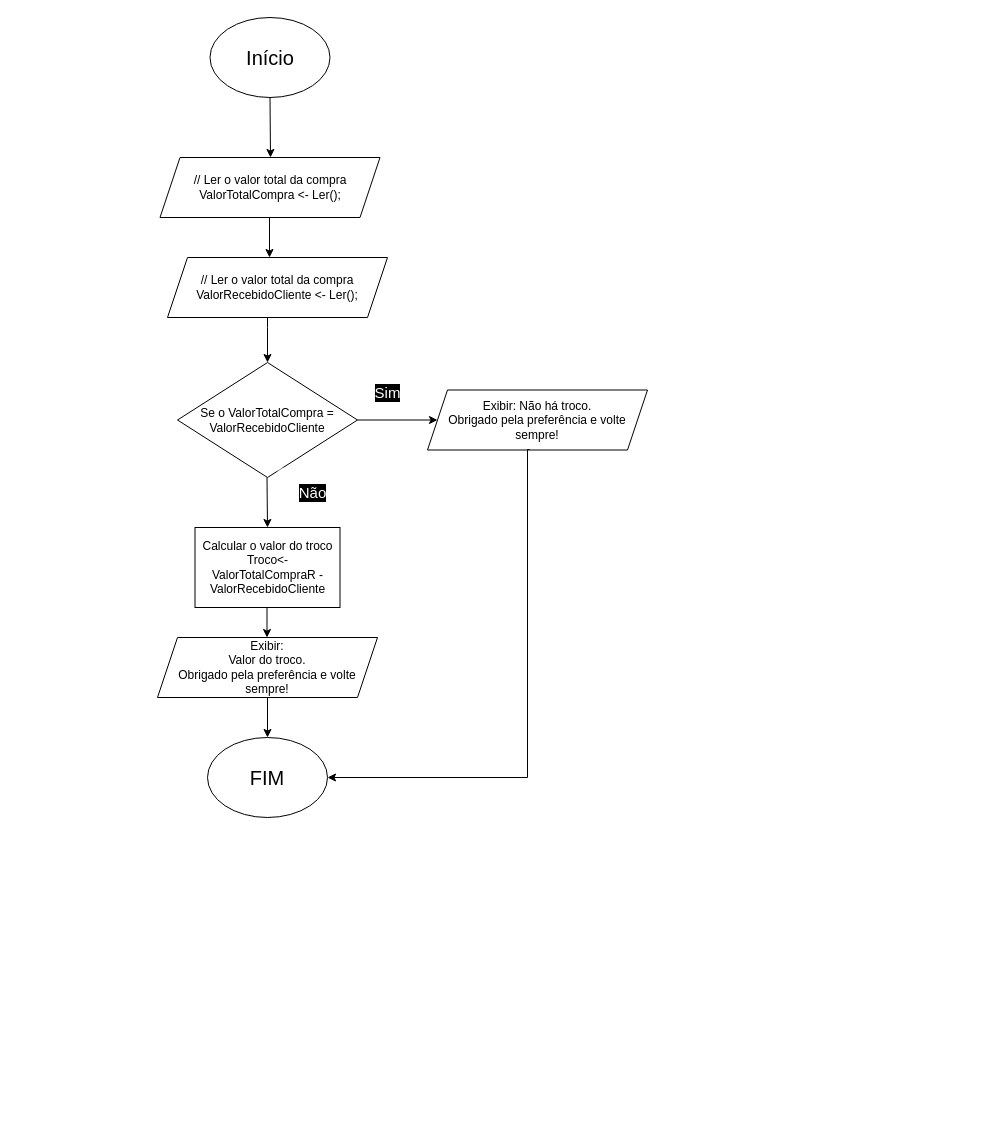
Above: Diagrama sem nome.drawio in Zambaldi21/Zambaldi21.github.io (draw.io), before the change. Source tidied: cells renumbered, new cells numbered last; positions are measured from the earlier drawing's top-left corner, leaving out a move shared by most shapes. Both pictures are drawn from the tidied source at 100%, with x=0, y=0 at pixel (157, 17).
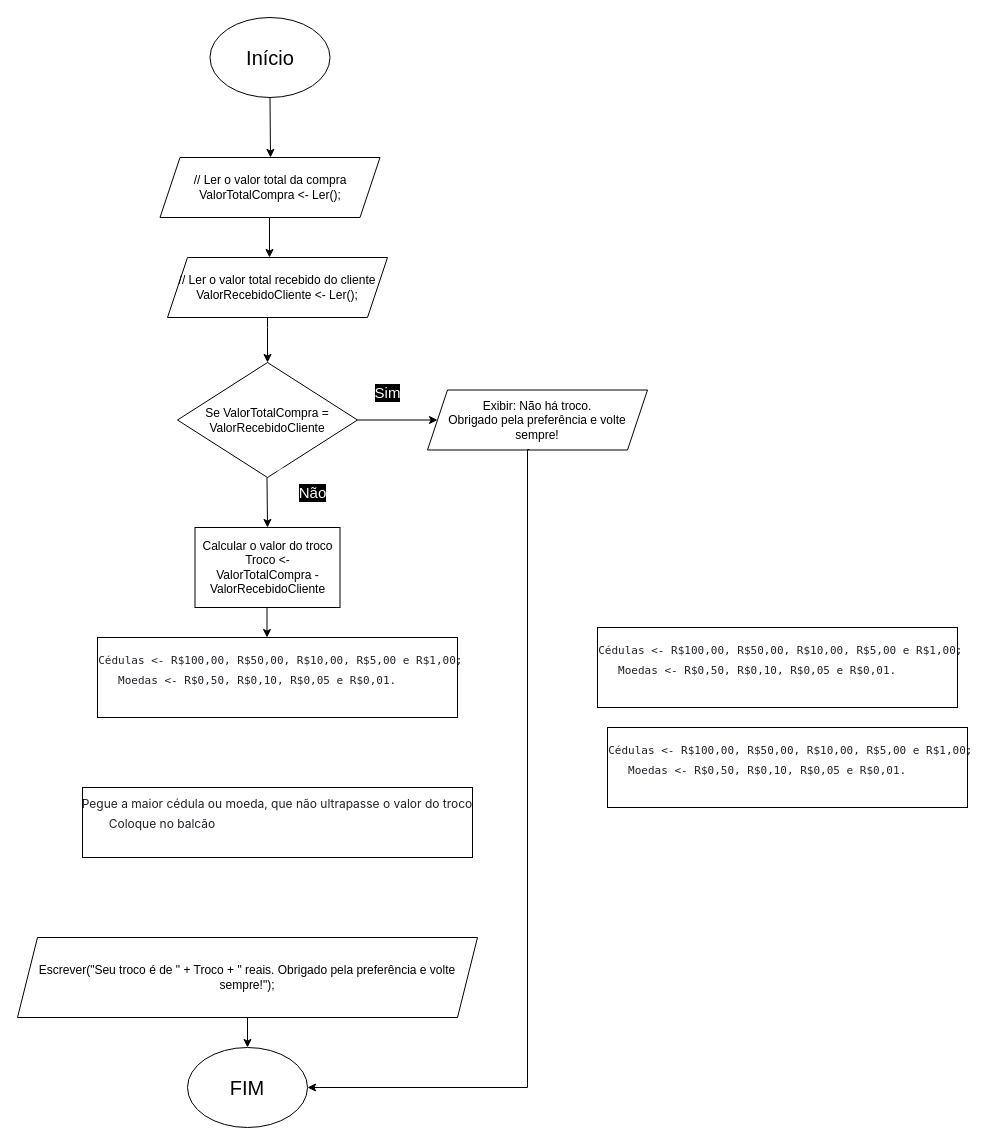
After the change.

Unchanged cells that the change refers to:
```xml
<mxCell id="14" value="Exibir: Não há troco.&lt;br style=&quot;border-color: var(--border-color);&quot;&gt;Obrigado pela preferência e volte sempre!" style="shape=parallelogram;perimeter=parallelogramPerimeter;whiteSpace=wrap;html=1;fixedSize=1;" parent="1" vertex="1">
  <mxGeometry x="270" y="372.5" width="220" height="60" as="geometry" />
</mxCell>
```

The edit, as a diff of the source:
```diff
@@
-    <mxCell id="4" value="Se o ValorTotalCompra = ValorRecebidoCliente" style="rhombus;whiteSpace=wrap;html=1;" parent="1" vertex="1">
+    <mxCell id="4" value="Se&amp;nbsp;ValorTotalCompra = ValorRecebidoCliente" style="rhombus;whiteSpace=wrap;html=1;" parent="1" vertex="1">
       <mxGeometry x="20" y="345" width="180" height="115" as="geometry" />
     </mxCell>
@@
-    <mxCell id="13" value="Calcular o valor do troco&lt;br&gt;Troco&amp;lt;- ValorTotalCompraR - ValorRecebidoCliente" style="rounded=0;whiteSpace=wrap;html=1;" parent="1" vertex="1">
+    <mxCell id="13" value="Calcular o valor do troco&lt;br&gt;Troco &amp;lt;- ValorTotalCompra - ValorRecebidoCliente" style="rounded=0;whiteSpace=wrap;html=1;" parent="1" vertex="1">
       <mxGeometry x="37.5" y="510" width="145" height="80" as="geometry" />
     </mxCell>
@@
-    <mxCell id="16" value="Exibir:&lt;br&gt;Valor do troco.&lt;br style=&quot;border-color: var(--border-color);&quot;&gt;Obrigado pela preferência e volte sempre!" style="shape=parallelogram;perimeter=parallelogramPerimeter;whiteSpace=wrap;html=1;fixedSize=1;" parent="1" vertex="1">
-      <mxGeometry y="620" width="220" height="60" as="geometry" />
+    <mxCell id="16" value="Escrever(&quot;Seu troco é de &quot; + Troco + &quot; reais. Obrigado pela preferência e volte sempre!&quot;);" style="shape=parallelogram;perimeter=parallelogramPerimeter;whiteSpace=wrap;html=1;fixedSize=1;" parent="1" vertex="1">
+      <mxGeometry x="-140" y="920" width="460" height="80" as="geometry" />
     </mxCell>
     <mxCell id="17" value="&lt;span style=&quot;font-size: 20px;&quot;&gt;FIM&lt;br&gt;&lt;/span&gt;" style="ellipse;whiteSpace=wrap;html=1;" parent="1" vertex="1">
-      <mxGeometry x="50" y="720" width="120" height="80" as="geometry" />
+      <mxGeometry x="30" y="1030" width="120" height="80" as="geometry" />
     </mxCell>
     <mxCell id="18" style="edgeStyle=orthogonalEdgeStyle;rounded=0;jettySize=auto;html=1;entryX=1;entryY=0.5;entryDx=0;entryDy=0;exitX=0.464;exitY=0.992;exitDx=0;exitDy=0;exitPerimeter=0;" parent="1" edge="1" source="14" target="17">
       <mxGeometry relative="1" as="geometry">
         <Array as="points">
           <mxPoint x="370" y="432" />
-          <mxPoint x="370" y="760" />
+          <mxPoint x="370" y="1070" />
         </Array>
       </mxGeometry>
     </mxCell>
@@
-    <mxCell id="20" value="// Ler o valor total da compra&lt;br&gt;ValorRecebidoCliente &amp;lt;- Ler();" style="shape=parallelogram;perimeter=parallelogramPerimeter;whiteSpace=wrap;html=1;fixedSize=1;" parent="1" vertex="1">
+    <mxCell id="20" value="// Ler o valor total recebido do cliente&lt;br&gt;ValorRecebidoCliente &amp;lt;- Ler();" style="shape=parallelogram;perimeter=parallelogramPerimeter;whiteSpace=wrap;html=1;fixedSize=1;" parent="1" vertex="1">
       <mxGeometry x="10" y="240" width="220" height="60" as="geometry" />
     </mxCell>
+    <mxCell id="21" value="&lt;pre style=&quot;box-sizing: border-box; font-family: ui-monospace, SFMono-Regular, &amp;quot;SF Mono&amp;quot;, Menlo, Consolas, &amp;quot;Liberation Mono&amp;quot;, monospace; font-size: 13.6px; margin-top: 0px; margin-bottom: 16px; overflow-wrap: normal; padding: 16px; overflow: auto; line-height: 1.45; color: rgb(31, 35, 40); background-color: var(--color-canvas-subtle); border-radius: 6px; text-align: start;&quot; class=&quot;notranslate&quot;&gt;&lt;code style=&quot;box-sizing: border-box; font-family: ui-monospace, SFMono-Regular, &amp;quot;SF Mono&amp;quot;, Menlo, Consolas, &amp;quot;Liberation Mono&amp;quot;, monospace; font-size: 11px; padding: 0px; margin: 0px; background: transparent; border-radius: 6px; word-break: normal; border: 0px; display: inline; overflow: visible; line-height: inherit; overflow-wrap: normal;&quot;&gt; Cédulas &amp;lt;- R$100,00, R$50,00, R$10,00, R$5,00 e R$1,00;&lt;br/&gt;    Moedas &amp;lt;- R$0,50, R$0,10, R$0,05 e R$0,01.&lt;/code&gt;&lt;/pre&gt;" style="rounded=0;whiteSpace=wrap;html=1;" parent="1" vertex="1">
+      <mxGeometry x="-60" y="620" width="360" height="80" as="geometry" />
+    </mxCell>
+    <mxCell id="22" value="&lt;pre style=&quot;box-sizing: border-box; margin-top: 0px; margin-bottom: 16px; overflow-wrap: normal; padding: 16px; overflow: auto; line-height: 1.45; color: rgb(31, 35, 40); background-color: var(--color-canvas-subtle); border-radius: 6px; text-align: start;&quot; class=&quot;notranslate&quot;&gt;&lt;div style=&quot;&quot;&gt;&lt;font face=&quot;-apple-system, BlinkMacSystemFont, Segoe UI, Noto Sans, Helvetica, Arial, sans-serif, Apple Color Emoji, Segoe UI Emoji&quot;&gt;Pegue a maior cédula ou moeda, que não ultrapasse o valor do troco&lt;/font&gt;&lt;/div&gt;&lt;div style=&quot;&quot;&gt;&lt;font face=&quot;-apple-system, BlinkMacSystemFont, Segoe UI, Noto Sans, Helvetica, Arial, sans-serif, Apple Color Emoji, Segoe UI Emoji&quot;&gt;&lt;span style=&quot;white-space: pre;&quot;&gt;&#9;&lt;/span&gt;Coloque no balcão&lt;br&gt;&lt;/font&gt;&lt;/div&gt;&lt;/pre&gt;" style="rounded=0;html=1;textDirection=ltr;whiteSpace=wrap;" parent="1" vertex="1">
+      <mxGeometry x="-75" y="770" width="390" height="70" as="geometry" />
+    </mxCell>
+    <mxCell id="23" value="&lt;pre style=&quot;box-sizing: border-box; font-family: ui-monospace, SFMono-Regular, &amp;quot;SF Mono&amp;quot;, Menlo, Consolas, &amp;quot;Liberation Mono&amp;quot;, monospace; font-size: 13.6px; margin-top: 0px; margin-bottom: 16px; overflow-wrap: normal; padding: 16px; overflow: auto; line-height: 1.45; color: rgb(31, 35, 40); background-color: var(--color-canvas-subtle); border-radius: 6px; text-align: start;&quot; class=&quot;notranslate&quot;&gt;&lt;code style=&quot;box-sizing: border-box; font-family: ui-monospace, SFMono-Regular, &amp;quot;SF Mono&amp;quot;, Menlo, Consolas, &amp;quot;Liberation Mono&amp;quot;, monospace; font-size: 11px; padding: 0px; margin: 0px; background: transparent; border-radius: 6px; word-break: normal; border: 0px; display: inline; overflow: visible; line-height: inherit; overflow-wrap: normal;&quot;&gt; Cédulas &amp;lt;- R$100,00, R$50,00, R$10,00, R$5,00 e R$1,00;&lt;br/&gt;    Moedas &amp;lt;- R$0,50, R$0,10, R$0,05 e R$0,01.&lt;/code&gt;&lt;/pre&gt;" style="rounded=0;whiteSpace=wrap;html=1;" parent="1" vertex="1">
+      <mxGeometry x="450" y="710" width="360" height="80" as="geometry" />
+    </mxCell>
+    <mxCell id="24" value="&lt;pre style=&quot;box-sizing: border-box; font-family: ui-monospace, SFMono-Regular, &amp;quot;SF Mono&amp;quot;, Menlo, Consolas, &amp;quot;Liberation Mono&amp;quot;, monospace; font-size: 13.6px; margin-top: 0px; margin-bottom: 16px; overflow-wrap: normal; padding: 16px; overflow: auto; line-height: 1.45; color: rgb(31, 35, 40); background-color: var(--color-canvas-subtle); border-radius: 6px; text-align: start;&quot; class=&quot;notranslate&quot;&gt;&lt;code style=&quot;box-sizing: border-box; font-family: ui-monospace, SFMono-Regular, &amp;quot;SF Mono&amp;quot;, Menlo, Consolas, &amp;quot;Liberation Mono&amp;quot;, monospace; font-size: 11px; padding: 0px; margin: 0px; background: transparent; border-radius: 6px; word-break: normal; border: 0px; display: inline; overflow: visible; line-height: inherit; overflow-wrap: normal;&quot;&gt; Cédulas &amp;lt;- R$100,00, R$50,00, R$10,00, R$5,00 e R$1,00;&lt;br/&gt;    Moedas &amp;lt;- R$0,50, R$0,10, R$0,05 e R$0,01.&lt;/code&gt;&lt;/pre&gt;" style="rounded=0;whiteSpace=wrap;html=1;" parent="1" vertex="1">
+      <mxGeometry x="440" y="610" width="360" height="80" as="geometry" />
+    </mxCell>
```
